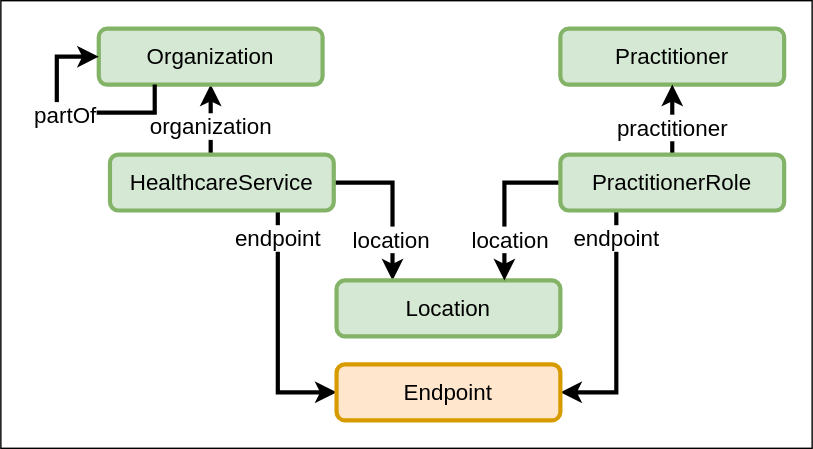
The draw.io diagram images/VZD_FHIR_Directory_Resourcen.svg in gematik/api-vzd, before a commit. Source tidied: cells renumbered, new cells last; positions are measured from the earlier drawing's top-left corner, leaving out a move shared by most shapes.
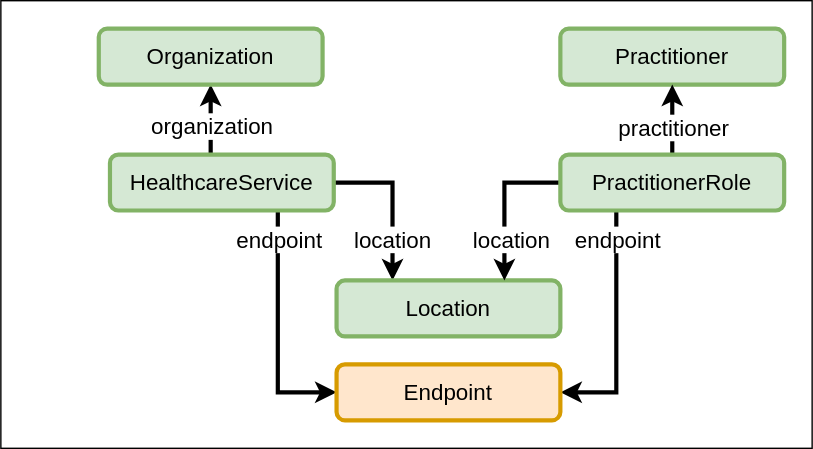
Above is the later version.

The edit, as a diff of the source:
```diff
@@ -71,19 +71,5 @@
     <mxCell id="20" value="Endpoint" style="rounded=1;whiteSpace=wrap;html=1;fillColor=#ffe6cc;strokeColor=#d79b00;strokeWidth=3;fontSize=16;" parent="1" vertex="1">
       <mxGeometry x="240" y="260" width="160" height="40" as="geometry" />
     </mxCell>
-    <mxCell id="21" style="edgeStyle=orthogonalEdgeStyle;rounded=0;orthogonalLoop=1;jettySize=auto;html=1;entryX=0;entryY=0.5;entryDx=0;entryDy=0;strokeWidth=3;exitX=0.25;exitY=1;exitDx=0;exitDy=0;" parent="1" edge="1" source="12" target="12">
-      <mxGeometry relative="1" as="geometry">
-        <Array as="points">
-          <mxPoint x="110" y="80" />
-          <mxPoint x="40" y="80" />
-          <mxPoint x="40" y="40" />
-        </Array>
-      </mxGeometry>
-    </mxCell>
-    <mxCell id="22" value="partOf" style="edgeLabel;html=1;align=center;verticalAlign=middle;fontSize=16;" parent="21" vertex="1">
-      <mxGeometry x="0.05" y="-1" relative="1" as="geometry">
-        <mxPoint y="3" as="offset" />
-      </mxGeometry>
-    </mxCell>
   </root>
 </mxGraphModel>
```
